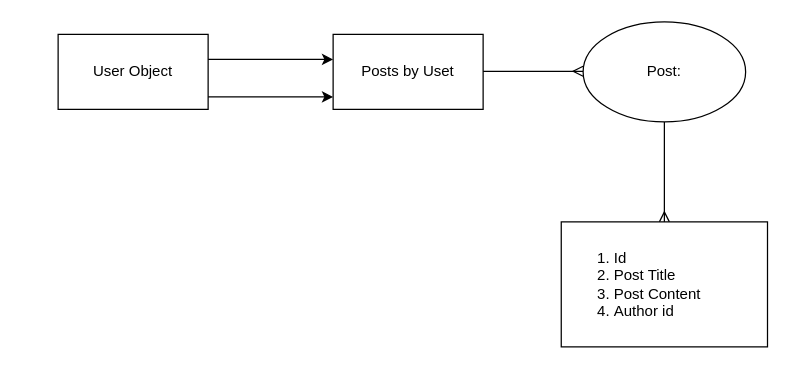
Before: diagrams/user.drawio in GabOsaz/blog, a draw.io diagram. Source tidied: cells renumbered, new cells numbered last; positions are measured from the earlier drawing's top-left corner, leaving out a move shared by most shapes. Both pictures are drawn from the tidied source at 125%, with x=0, y=0 at pixel (58, 21).
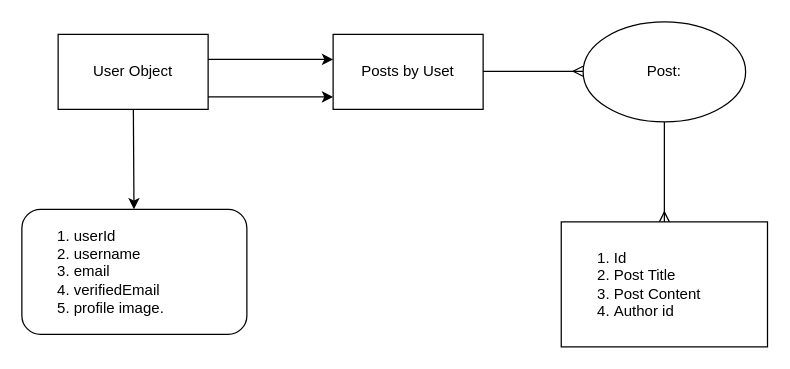
After the change.

Commit message:
chore/architecture feel from users and post object

What changed in the source:
```diff
@@
 <mxGraphModel>
   <root>
     <mxCell id="0" />
     <mxCell id="1" parent="0" />
+    <mxCell id="10" style="edgeStyle=none;html=1;" parent="1" edge="1" source="2" target="11">
+      <mxGeometry relative="1" as="geometry" />
+    </mxCell>
     <mxCell id="2" value="User Object" style="whiteSpace=wrap;html=1;" parent="1" vertex="1">
       <mxGeometry y="10" width="120" height="60" as="geometry" />
     </mxCell>
     <mxCell id="3" style="edgeStyle=none;orthogonalLoop=1;jettySize=auto;html=1;" parent="1" edge="1">
       <mxGeometry relative="1" as="geometry">
         <mxPoint x="120" y="30" as="sourcePoint" />
         <mxPoint x="220" y="30" as="targetPoint" />
       </mxGeometry>
     </mxCell>
     <mxCell id="4" value="Posts by Uset" style="whiteSpace=wrap;html=1;" parent="1" vertex="1">
       <mxGeometry x="220" y="10" width="120" height="60" as="geometry" />
     </mxCell>
     <mxCell id="5" style="edgeStyle=none;orthogonalLoop=1;jettySize=auto;html=1;" parent="1" edge="1">
       <mxGeometry relative="1" as="geometry">
         <mxPoint x="120" y="60" as="sourcePoint" />
         <mxPoint x="220" y="60" as="targetPoint" />
         <Array as="points">
           <mxPoint x="170" y="60" />
         </Array>
       </mxGeometry>
     </mxCell>
     <mxCell id="6" style="edgeStyle=none;orthogonalLoop=1;jettySize=auto;html=1;endArrow=ERmany;endFill=0;" parent="1" edge="1">
       <mxGeometry relative="1" as="geometry">
         <mxPoint x="340" y="39.5" as="sourcePoint" />
         <mxPoint x="420" y="39.5" as="targetPoint" />
       </mxGeometry>
     </mxCell>
     <mxCell id="7" style="edgeStyle=none;html=1;endArrow=ERmany;endFill=0;" parent="1" edge="1" source="8">
       <mxGeometry relative="1" as="geometry">
         <mxPoint x="485" y="160" as="targetPoint" />
       </mxGeometry>
     </mxCell>
     <mxCell id="8" value="Post:&lt;br&gt;" style="ellipse;whiteSpace=wrap;html=1;" parent="1" vertex="1">
       <mxGeometry x="420" width="130" height="80" as="geometry" />
     </mxCell>
     <mxCell id="9" value="&lt;div&gt;&lt;ol&gt;&lt;li&gt;Id&lt;/li&gt;&lt;li&gt;Post Title&lt;/li&gt;&lt;li&gt;Post Content&lt;/li&gt;&lt;li&gt;Author id&lt;/li&gt;&lt;/ol&gt;&lt;/div&gt;" style="whiteSpace=wrap;html=1;align=left;" parent="1" vertex="1">
       <mxGeometry x="402.5" y="160" width="165" height="100" as="geometry" />
     </mxCell>
+    <mxCell id="11" value="&lt;ol&gt;&lt;li&gt;userId&lt;/li&gt;&lt;li&gt;username&lt;/li&gt;&lt;li&gt;email&lt;/li&gt;&lt;li&gt;verifiedEmail&lt;/li&gt;&lt;li&gt;profile image.&lt;/li&gt;&lt;/ol&gt;" style="rounded=1;whiteSpace=wrap;html=1;align=left;" parent="1" vertex="1">
+      <mxGeometry x="-29" y="150" width="180" height="100" as="geometry" />
+    </mxCell>
   </root>
 </mxGraphModel>
```
